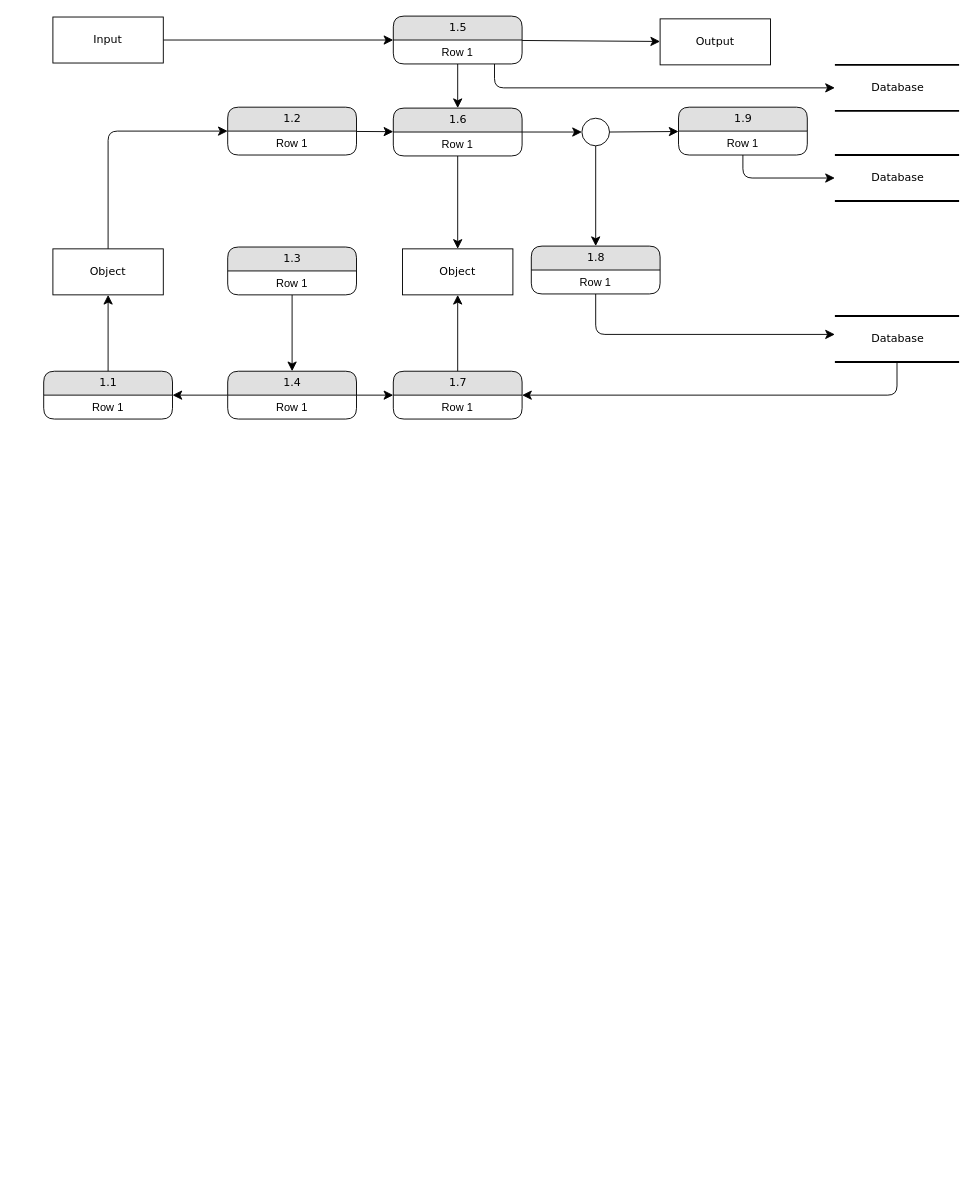
The draw.io diagram data flow.drawio in zaenal-abidin-syah/diagram, before the edit. Source tidied: cells renumbered, new cells numbered last; positions are measured from the earlier drawing's top-left corner, leaving out a move shared by most shapes. Both pictures are drawn from the tidied source at 92%, with x=0, y=0 at pixel (43, 16).
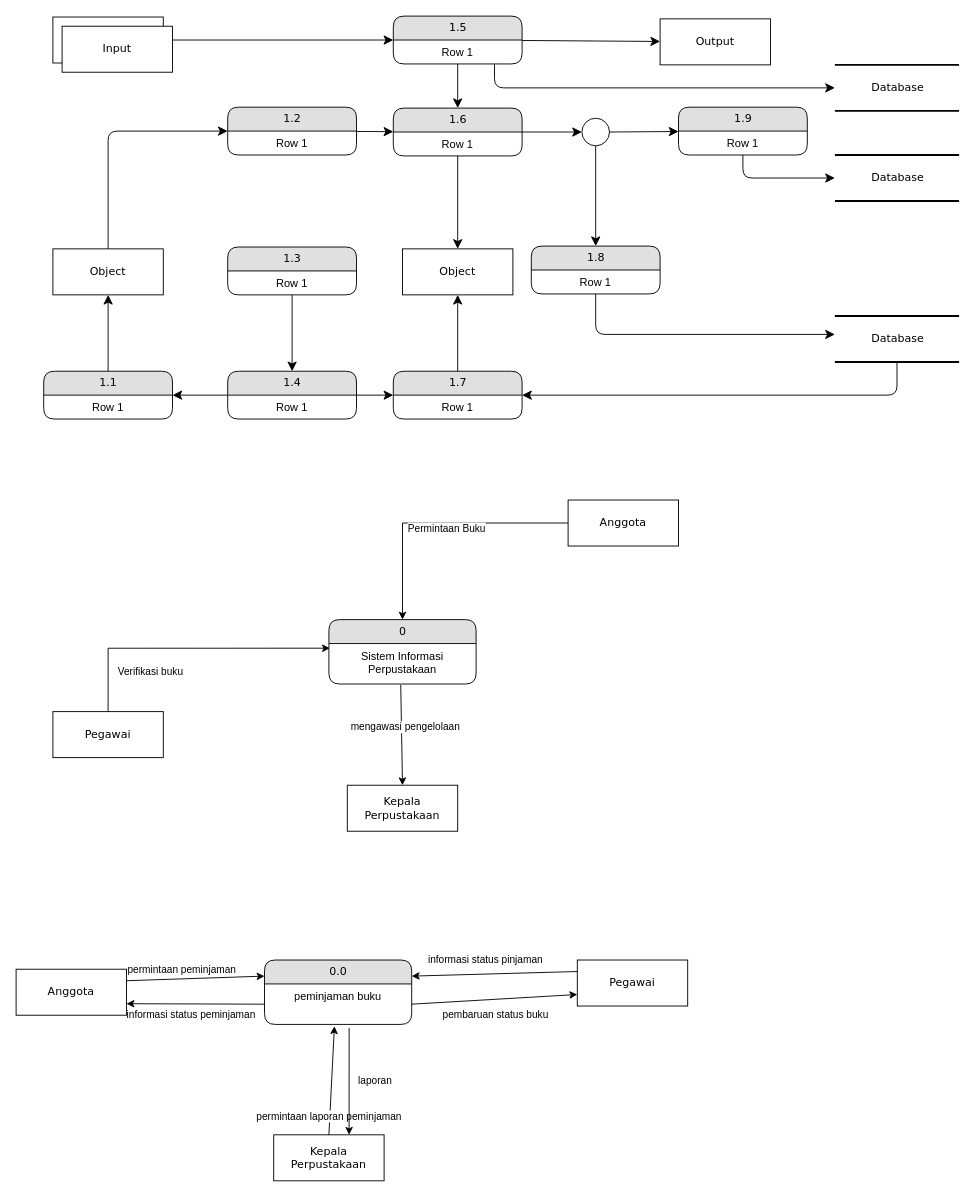
Above is the later version.

What changed in the source:
```diff
@@
+    <mxCell id="46" value="Input" style="whiteSpace=wrap;html=1;rounded=0;shadow=0;comic=0;labelBackgroundColor=none;strokeWidth=1;fontFamily=Verdana;fontSize=12;align=center;" parent="1" vertex="1">
+      <mxGeometry x="20" y="11" width="120" height="50" as="geometry" />
+    </mxCell>
+    <mxCell id="47" value="Kepala Perpustakaan" style="whiteSpace=wrap;html=1;rounded=0;shadow=0;comic=0;labelBackgroundColor=none;strokeWidth=1;fontFamily=Verdana;fontSize=12;align=center;" parent="1" vertex="1">
+      <mxGeometry x="330" y="836" width="120" height="50" as="geometry" />
+    </mxCell>
+    <mxCell id="48" value="Anggota" style="whiteSpace=wrap;html=1;rounded=0;shadow=0;comic=0;labelBackgroundColor=none;strokeWidth=1;fontFamily=Verdana;fontSize=12;align=center;" parent="1" vertex="1">
+      <mxGeometry x="570" y="526" width="120" height="50" as="geometry" />
+    </mxCell>
+    <mxCell id="49" style="edgeStyle=orthogonalEdgeStyle;rounded=0;jettySize=auto;html=1;entryX=0.007;entryY=0.115;entryDx=0;entryDy=0;entryPerimeter=0;" parent="1" edge="1" source="51" target="53">
+      <mxGeometry relative="1" as="geometry" />
+    </mxCell>
+    <mxCell id="50" value="Verifikasi buku" style="edgeLabel;html=1;align=center;verticalAlign=middle;" parent="49" vertex="1">
+      <mxGeometry x="-0.43" y="-2" relative="1" as="geometry">
+        <mxPoint x="26" y="23" as="offset" />
+      </mxGeometry>
+    </mxCell>
+    <mxCell id="51" value="Pegawai" style="whiteSpace=wrap;html=1;rounded=0;shadow=0;comic=0;labelBackgroundColor=none;strokeWidth=1;fontFamily=Verdana;fontSize=12;align=center;" parent="1" vertex="1">
+      <mxGeometry x="10" y="756" width="120" height="50" as="geometry" />
+    </mxCell>
+    <mxCell id="52" value="0" style="swimlane;html=1;fontStyle=0;horizontal=1;startSize=26;fillColor=#e0e0e0;swimlaneFillColor=#ffffff;align=center;rounded=1;shadow=0;comic=0;labelBackgroundColor=none;strokeWidth=1;fontFamily=Verdana;fontSize=12;" parent="1" vertex="1">
+      <mxGeometry x="310" y="656" width="160" height="70" as="geometry" />
+    </mxCell>
+    <mxCell id="53" value="Sistem Informasi Perpustakaan" style="text;html=1;strokeColor=none;fillColor=none;spacingLeft=4;spacingRight=4;whiteSpace=wrap;overflow=hidden;points=[[0,0.5],[1,0.5]];portConstraint=eastwest;align=center;" parent="52" vertex="1">
+      <mxGeometry y="26" width="160" height="44" as="geometry" />
+    </mxCell>
+    <mxCell id="54" style="endArrow=classic;html=1;rounded=0;exitX=0.488;exitY=1.023;exitDx=0;exitDy=0;exitPerimeter=0;entryX=0.5;entryY=0;entryDx=0;entryDy=0;" parent="1" edge="1" source="53" target="47">
+      <mxGeometry relative="1" as="geometry" />
+    </mxCell>
+    <mxCell id="55" value="mengawasi pengelolaan" style="edgeLabel;html=1;align=center;verticalAlign=middle;" parent="54" vertex="1">
+      <mxGeometry x="-0.15" y="4" relative="1" as="geometry" />
+    </mxCell>
+    <mxCell id="56" style="edgeStyle=orthogonalEdgeStyle;rounded=0;jettySize=auto;html=1;exitX=0;exitY=0.5;exitDx=0;exitDy=0;" parent="1" edge="1" source="48" target="52">
+      <mxGeometry relative="1" as="geometry" />
+    </mxCell>
+    <mxCell id="57" value="Permintaan Buku" style="edgeLabel;html=1;align=center;verticalAlign=middle;" parent="56" vertex="1">
+      <mxGeometry x="-0.31" y="-4" relative="1" as="geometry">
+        <mxPoint x="-35" y="9" as="offset" />
+      </mxGeometry>
+    </mxCell>
+    <mxCell id="58" value="Pegawai" style="whiteSpace=wrap;html=1;rounded=0;shadow=0;comic=0;labelBackgroundColor=none;strokeWidth=1;fontFamily=Verdana;fontSize=12;align=center;" parent="1" vertex="1">
+      <mxGeometry x="580" y="1026" width="120" height="50" as="geometry" />
+    </mxCell>
+    <mxCell id="59" value="Anggota" style="whiteSpace=wrap;html=1;rounded=0;shadow=0;comic=0;labelBackgroundColor=none;strokeWidth=1;fontFamily=Verdana;fontSize=12;align=center;" parent="1" vertex="1">
+      <mxGeometry x="-30" y="1036" width="120" height="50" as="geometry" />
+    </mxCell>
+    <mxCell id="60" value="0.0" style="swimlane;html=1;fontStyle=0;horizontal=1;startSize=26;fillColor=#e0e0e0;swimlaneFillColor=#ffffff;align=center;rounded=1;shadow=0;comic=0;labelBackgroundColor=none;strokeWidth=1;fontFamily=Verdana;fontSize=12;" parent="1" vertex="1">
+      <mxGeometry x="240" y="1026" width="160" height="70" as="geometry" />
+    </mxCell>
+    <mxCell id="61" value="peminjaman buku" style="text;html=1;strokeColor=none;fillColor=none;spacingLeft=4;spacingRight=4;whiteSpace=wrap;overflow=hidden;points=[[0,0.5],[1,0.5]];portConstraint=eastwest;align=center;" parent="60" vertex="1">
+      <mxGeometry y="26" width="160" height="44" as="geometry" />
+    </mxCell>
+    <mxCell id="62" style="endArrow=classic;html=1;rounded=0;exitX=1;exitY=0.25;exitDx=0;exitDy=0;entryX=0;entryY=0.25;entryDx=0;entryDy=0;" parent="1" edge="1" source="59" target="60">
+      <mxGeometry relative="1" as="geometry" />
+    </mxCell>
+    <mxCell id="63" value="permintaan peminjaman" style="edgeLabel;html=1;align=center;verticalAlign=middle;" parent="62" vertex="1">
+      <mxGeometry x="-0.41" y="3" relative="1" as="geometry">
+        <mxPoint x="16" y="-8" as="offset" />
+      </mxGeometry>
+    </mxCell>
+    <mxCell id="64" style="endArrow=classic;html=1;rounded=0;entryX=1;entryY=0.75;entryDx=0;entryDy=0;exitX=0;exitY=0.5;exitDx=0;exitDy=0;" parent="1" edge="1" source="61" target="59">
+      <mxGeometry relative="1" as="geometry" />
+    </mxCell>
+    <mxCell id="65" value="informasi status peminjaman" style="edgeLabel;html=1;align=center;verticalAlign=middle;" parent="64" vertex="1">
+      <mxGeometry x="-0.41" y="3" relative="1" as="geometry">
+        <mxPoint x="-36" y="9" as="offset" />
+      </mxGeometry>
+    </mxCell>
+    <mxCell id="66" style="endArrow=classic;html=1;rounded=0;exitX=0;exitY=0.25;exitDx=0;exitDy=0;entryX=1;entryY=0.25;entryDx=0;entryDy=0;" parent="1" edge="1" source="58" target="60">
+      <mxGeometry relative="1" as="geometry" />
+    </mxCell>
+    <mxCell id="67" value="informasi status pinjaman" style="edgeLabel;html=1;align=center;verticalAlign=middle;" parent="66" vertex="1">
+      <mxGeometry x="0.37" y="-2" relative="1" as="geometry">
+        <mxPoint x="23" y="-14" as="offset" />
+      </mxGeometry>
+    </mxCell>
+    <mxCell id="68" style="endArrow=classic;html=1;rounded=0;exitX=1;exitY=0.5;exitDx=0;exitDy=0;entryX=0;entryY=0.75;entryDx=0;entryDy=0;" parent="1" edge="1" source="61" target="58">
+      <mxGeometry relative="1" as="geometry" />
+    </mxCell>
+    <mxCell id="69" value="pembaruan status buku" style="edgeLabel;html=1;align=center;verticalAlign=middle;" parent="68" vertex="1">
+      <mxGeometry x="-0.39" y="-3" relative="1" as="geometry">
+        <mxPoint x="35" y="12" as="offset" />
+      </mxGeometry>
+    </mxCell>
+    <mxCell id="70" value="Kepala Perpustakaan" style="whiteSpace=wrap;html=1;rounded=0;shadow=0;comic=0;labelBackgroundColor=none;strokeWidth=1;fontFamily=Verdana;fontSize=12;align=center;" parent="1" vertex="1">
+      <mxGeometry x="250" y="1216" width="120" height="50" as="geometry" />
+    </mxCell>
+    <mxCell id="71" style="endArrow=classic;html=1;rounded=0;exitX=0.5;exitY=0;exitDx=0;exitDy=0;entryX=0.475;entryY=1.045;entryDx=0;entryDy=0;entryPerimeter=0;" parent="1" edge="1" source="70" target="61">
+      <mxGeometry relative="1" as="geometry" />
+    </mxCell>
+    <mxCell id="72" value="permintaan laporan peminjaman" style="edgeLabel;html=1;align=center;verticalAlign=middle;" parent="71" vertex="1">
+      <mxGeometry x="0.29" y="3" relative="1" as="geometry">
+        <mxPoint x="-1" y="56" as="offset" />
+      </mxGeometry>
+    </mxCell>
+    <mxCell id="73" style="endArrow=classic;html=1;rounded=0;exitX=0.575;exitY=1.091;exitDx=0;exitDy=0;exitPerimeter=0;entryX=0.683;entryY=0;entryDx=0;entryDy=0;entryPerimeter=0;" parent="1" edge="1" source="61" target="70">
+      <mxGeometry relative="1" as="geometry" />
+    </mxCell>
+    <mxCell id="74" value="laporan" style="edgeLabel;html=1;align=center;verticalAlign=middle;" parent="73" vertex="1">
+      <mxGeometry x="-0.28" y="-3" relative="1" as="geometry">
+        <mxPoint x="31" y="14" as="offset" />
+      </mxGeometry>
+    </mxCell>
```
